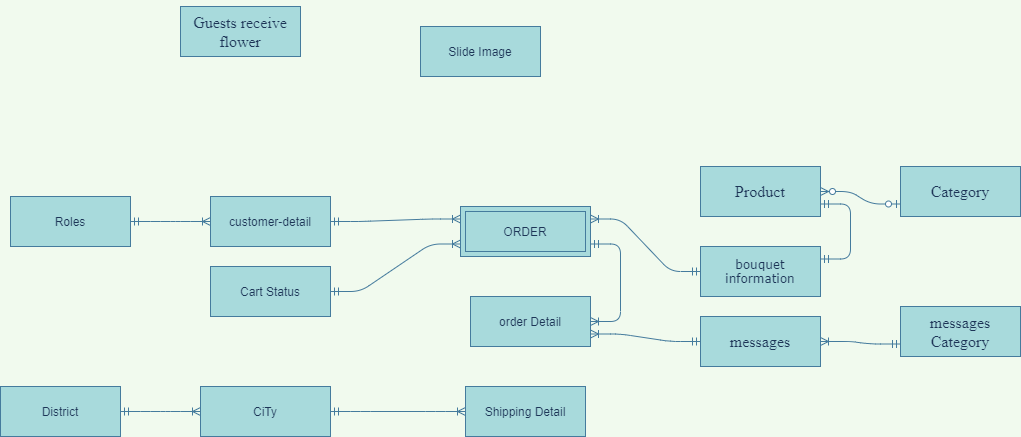
The draw.io diagram Untitled Diagram.png in maialino123/Eproject-SEM3, before a commit. Source tidied: cells renumbered, new cells last; positions are measured from the earlier drawing's top-left corner, leaving out a move shared by most shapes.
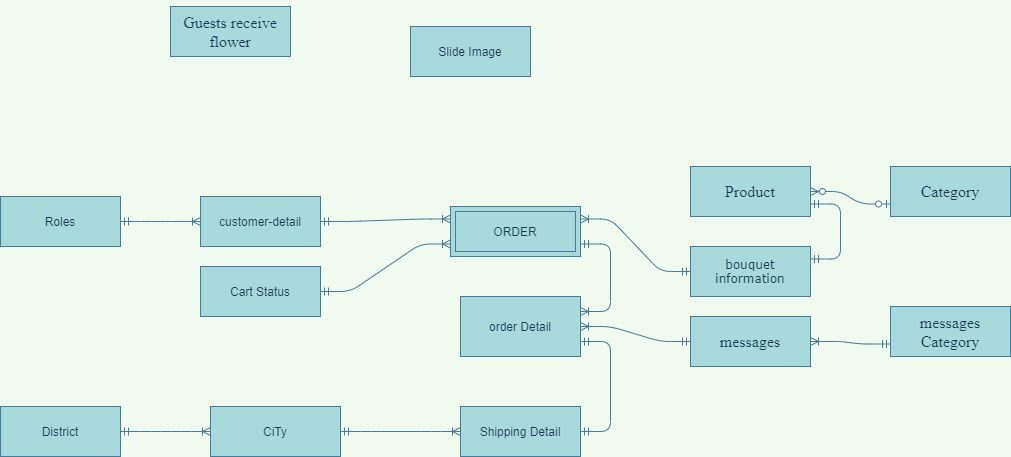
After the change.

Change to the diagram source:
```diff
@@ -33,10 +33,10 @@
       <mxGeometry relative="1" as="geometry" />
     </mxCell>
     <mxCell id="12" value="District" style="whiteSpace=wrap;html=1;align=center;rounded=0;sketch=0;fontColor=#1D3557;strokeColor=#457B9D;fillColor=#A8DADC;" parent="1" vertex="1">
-      <mxGeometry y="380" width="120" height="50" as="geometry" />
+      <mxGeometry x="10" y="400" width="120" height="50" as="geometry" />
     </mxCell>
     <mxCell id="13" value="CiTy" style="whiteSpace=wrap;html=1;align=center;rounded=0;sketch=0;fontColor=#1D3557;strokeColor=#457B9D;fillColor=#A8DADC;" parent="1" vertex="1">
-      <mxGeometry x="200" y="380" width="130" height="50" as="geometry" />
+      <mxGeometry x="220" y="400" width="130" height="50" as="geometry" />
     </mxCell>
     <mxCell id="14" style="edgeStyle=entityRelationEdgeStyle;fontSize=12;html=1;endArrow=ERoneToMany;startArrow=ERmandOne;fontColor=#1D3557;strokeColor=#457B9D;fillColor=#A8DADC;entryX=0;entryY=0.5;entryDx=0;entryDy=0;exitX=1;exitY=0.5;exitDx=0;exitDy=0;labelBackgroundColor=#F1FAEE;" parent="1" edge="1" source="12" target="13">
       <mxGeometry relative="1" as="geometry" />
@@ -48,7 +48,7 @@
       <mxGeometry x="10" y="190" width="120" height="50" as="geometry" />
     </mxCell>
     <mxCell id="17" value="order Detail" style="whiteSpace=wrap;html=1;align=center;rounded=0;sketch=0;fontColor=#1D3557;strokeColor=#457B9D;fillColor=#A8DADC;" parent="1" vertex="1">
-      <mxGeometry x="470" y="290" width="120" height="50" as="geometry" />
+      <mxGeometry x="470" y="290" width="120" height="60" as="geometry" />
     </mxCell>
     <mxCell id="18" value="Slide Image" style="whiteSpace=wrap;html=1;align=center;rounded=0;sketch=0;fontColor=#1D3557;strokeColor=#457B9D;fillColor=#A8DADC;" parent="1" vertex="1">
       <mxGeometry x="420" y="20" width="120" height="50" as="geometry" />
@@ -65,20 +65,23 @@
     <mxCell id="22" style="edgeStyle=entityRelationEdgeStyle;fontSize=12;html=1;endArrow=ERoneToMany;startArrow=ERmandOne;fontColor=#1D3557;strokeColor=#457B9D;fillColor=#A8DADC;entryX=0;entryY=0.75;entryDx=0;entryDy=0;exitX=1;exitY=0.5;exitDx=0;exitDy=0;labelBackgroundColor=#F1FAEE;" parent="1" edge="1" source="15" target="25">
       <mxGeometry relative="1" as="geometry" />
     </mxCell>
-    <mxCell id="23" style="edgeStyle=entityRelationEdgeStyle;fontSize=12;html=1;endArrow=ERoneToMany;startArrow=ERmandOne;fontColor=#1D3557;strokeColor=#457B9D;fillColor=#A8DADC;entryX=1;entryY=0.5;entryDx=0;entryDy=0;exitX=1;exitY=0.75;exitDx=0;exitDy=0;labelBackgroundColor=#F1FAEE;" parent="1" edge="1" source="25" target="17">
+    <mxCell id="23" style="edgeStyle=entityRelationEdgeStyle;fontSize=12;html=1;endArrow=ERoneToMany;startArrow=ERmandOne;fontColor=#1D3557;strokeColor=#457B9D;fillColor=#A8DADC;exitX=1;exitY=0.75;exitDx=0;exitDy=0;labelBackgroundColor=#F1FAEE;entryX=1;entryY=0.25;entryDx=0;entryDy=0;" parent="1" edge="1" source="25" target="17">
       <mxGeometry relative="1" as="geometry" />
     </mxCell>
     <mxCell id="24" value="Shipping Detail" style="whiteSpace=wrap;html=1;align=center;rounded=0;sketch=0;fontColor=#1D3557;strokeColor=#457B9D;fillColor=#A8DADC;" parent="1" vertex="1">
-      <mxGeometry x="465" y="380" width="120" height="50" as="geometry" />
+      <mxGeometry x="470" y="400" width="120" height="50" as="geometry" />
     </mxCell>
     <mxCell id="25" value="ORDER" style="shape=ext;margin=3;double=1;whiteSpace=wrap;html=1;align=center;fillColor=#A8DADC;strokeColor=#457B9D;fontColor=#1D3557;" parent="1" vertex="1">
       <mxGeometry x="460" y="200" width="130" height="50" as="geometry" />
     </mxCell>
-    <mxCell id="26" style="edgeStyle=entityRelationEdgeStyle;fontSize=12;html=1;endArrow=ERoneToMany;startArrow=ERmandOne;fontColor=#1D3557;strokeColor=#457B9D;fillColor=#A8DADC;entryX=1;entryY=0.75;entryDx=0;entryDy=0;exitX=0;exitY=0.5;exitDx=0;exitDy=0;labelBackgroundColor=#F1FAEE;" parent="1" edge="1" source="4" target="17">
+    <mxCell id="26" style="edgeStyle=entityRelationEdgeStyle;fontSize=12;html=1;endArrow=ERoneToMany;startArrow=ERmandOne;fontColor=#1D3557;strokeColor=#457B9D;fillColor=#A8DADC;entryX=1;entryY=0.5;entryDx=0;entryDy=0;exitX=0;exitY=0.5;exitDx=0;exitDy=0;labelBackgroundColor=#F1FAEE;" parent="1" edge="1" source="4" target="17">
       <mxGeometry relative="1" as="geometry" />
     </mxCell>
     <mxCell id="27" style="edgeStyle=entityRelationEdgeStyle;fontSize=12;html=1;endArrow=ERoneToMany;startArrow=ERmandOne;fontColor=#1D3557;strokeColor=#457B9D;fillColor=#A8DADC;entryX=0;entryY=0.5;entryDx=0;entryDy=0;exitX=1;exitY=0.5;exitDx=0;exitDy=0;labelBackgroundColor=#F1FAEE;" parent="1" edge="1" source="13" target="24">
       <mxGeometry relative="1" as="geometry" />
     </mxCell>
+    <mxCell id="28" style="edgeStyle=entityRelationEdgeStyle;fontSize=12;html=1;endArrow=ERmandOne;startArrow=ERmandOne;fontColor=#1D3557;strokeColor=#457B9D;fillColor=#A8DADC;entryX=1;entryY=0.5;entryDx=0;entryDy=0;exitX=1;exitY=0.75;exitDx=0;exitDy=0;" parent="1" edge="1" source="17" target="24">
+      <mxGeometry relative="1" as="geometry" />
+    </mxCell>
   </root>
 </mxGraphModel>
```
